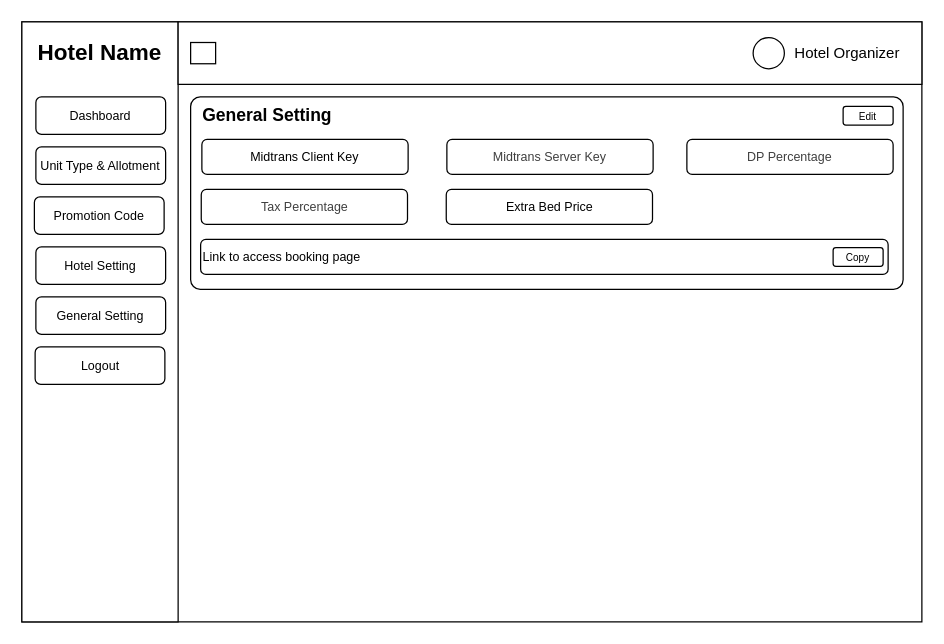
Hans-Star18/ta-booking-system keeps this draw.io diagram as diagram/antarmuka/hotel-organizer/general-setting.drawio. Above is the earlier version. Source tidied: cells renumbered, new cells numbered last; positions are measured from the earlier drawing's top-left corner, leaving out a move shared by most shapes. Both pictures are drawn from the tidied source at 125%, with x=0, y=0 at pixel (21, 21).
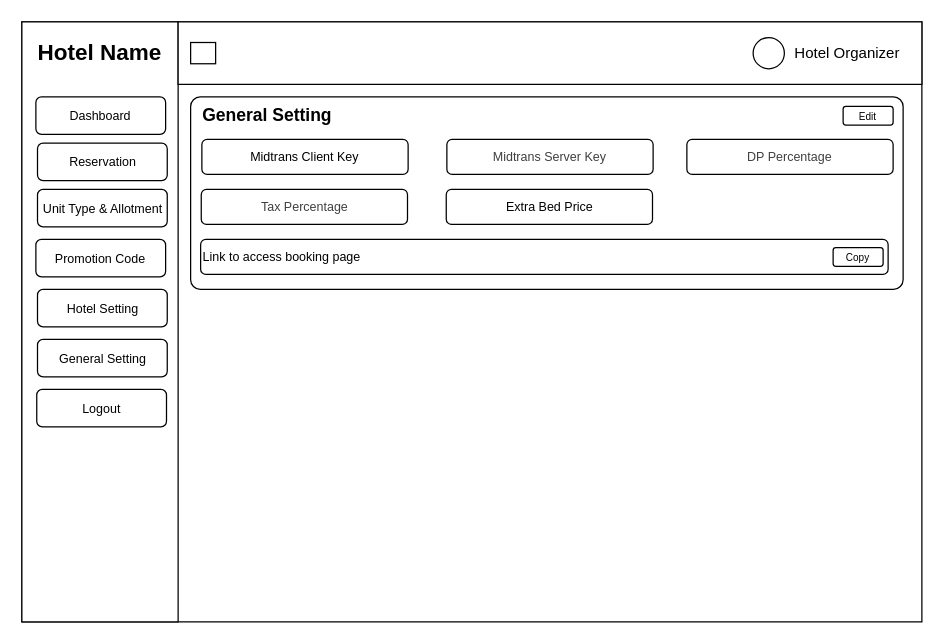
Above is the later version.

Diff of the diagram source:
```diff
@@
     <mxCell id="11" value="&lt;font style=&quot;font-size: 10px;&quot;&gt;Unit Type &amp;amp; Allotment&lt;/font&gt;" style="rounded=1;whiteSpace=wrap;html=1;" parent="1" vertex="1">
-      <mxGeometry x="11.2" y="100" width="103.8" height="30" as="geometry" />
+      <mxGeometry x="12.5" y="134" width="103.8" height="30" as="geometry" />
     </mxCell>
     <mxCell id="12" value="&lt;font style=&quot;font-size: 10px;&quot;&gt;Promotion Code&lt;/font&gt;" style="rounded=1;whiteSpace=wrap;html=1;" parent="1" vertex="1">
-      <mxGeometry x="10" y="140" width="103.8" height="30" as="geometry" />
+      <mxGeometry x="11.2" y="174" width="103.8" height="30" as="geometry" />
     </mxCell>
     <mxCell id="13" value="&lt;font style=&quot;font-size: 10px;&quot;&gt;General Setting&lt;/font&gt;" style="rounded=1;whiteSpace=wrap;html=1;" parent="1" vertex="1">
-      <mxGeometry x="11.2" y="220" width="103.8" height="30" as="geometry" />
+      <mxGeometry x="12.5" y="254" width="103.8" height="30" as="geometry" />
     </mxCell>
     <mxCell id="14" value="&lt;font style=&quot;font-size: 10px;&quot;&gt;Hotel Setting&lt;/font&gt;" style="rounded=1;whiteSpace=wrap;html=1;" parent="1" vertex="1">
-      <mxGeometry x="11.2" y="180" width="103.8" height="30" as="geometry" />
+      <mxGeometry x="12.5" y="214" width="103.8" height="30" as="geometry" />
     </mxCell>
     <mxCell id="15" value="&lt;font style=&quot;font-size: 10px;&quot;&gt;Logout&lt;/font&gt;" style="rounded=1;whiteSpace=wrap;html=1;" parent="1" vertex="1">
-      <mxGeometry x="10.6" y="260" width="103.8" height="30" as="geometry" />
+      <mxGeometry x="11.9" y="294" width="103.8" height="30" as="geometry" />
     </mxCell>
@@
+    <mxCell id="26" value="&lt;font style=&quot;font-size: 10px;&quot;&gt;Reservation&lt;/font&gt;" style="rounded=1;whiteSpace=wrap;html=1;" parent="1" vertex="1">
+      <mxGeometry x="12.5" y="97" width="103.8" height="30" as="geometry" />
+    </mxCell>
```
